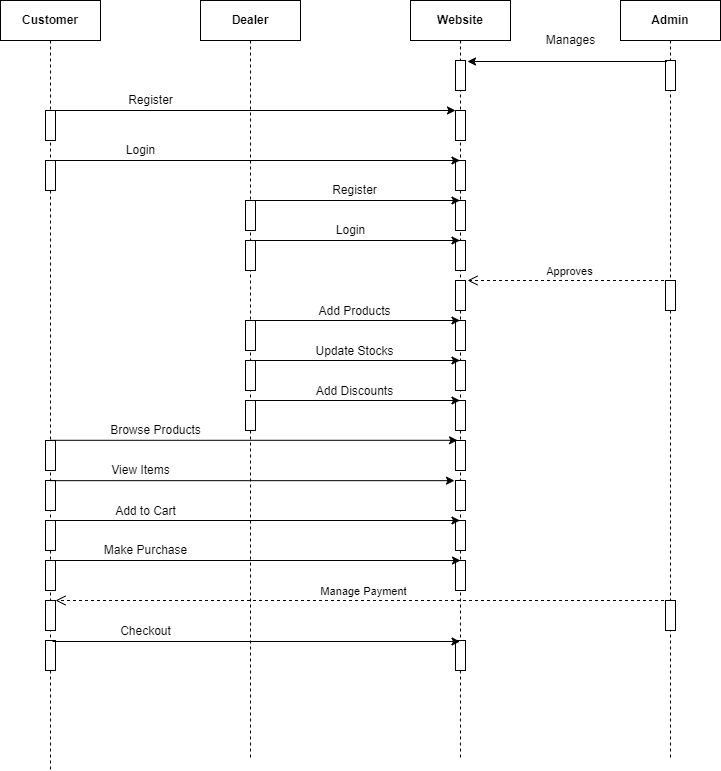
Earlier version of the draw.io export java-basics/03-12-2021/Online Shopping Portal/Sequential Diagram.drawio.png (MuniswamiKokila/UST-prograd-training). Source tidied: cells renumbered, new cells last; positions are measured from the earlier drawing's top-left corner, leaving out a move shared by most shapes. The source it was exported from:
```xml
<mxGraphModel>
  <root>
    <mxCell id="0" />
    <mxCell id="1" parent="0" />
    <mxCell id="2" value="&lt;b&gt;Customer&lt;/b&gt;" style="shape=umlLifeline;perimeter=lifelinePerimeter;whiteSpace=wrap;html=1;" parent="1" vertex="1">
      <mxGeometry width="100" height="770" as="geometry" />
    </mxCell>
    <mxCell id="3" style="html=1;perimeter=orthogonalPerimeter;" parent="2" vertex="1">
      <mxGeometry x="45" y="110" width="10" height="30" as="geometry" />
    </mxCell>
    <mxCell id="4" style="html=1;perimeter=orthogonalPerimeter;" parent="2" vertex="1">
      <mxGeometry x="45" y="160" width="10" height="30" as="geometry" />
    </mxCell>
    <mxCell id="5" style="html=1;perimeter=orthogonalPerimeter;" parent="2" vertex="1">
      <mxGeometry x="45" y="440" width="10" height="30" as="geometry" />
    </mxCell>
    <mxCell id="6" style="html=1;perimeter=orthogonalPerimeter;" parent="2" vertex="1">
      <mxGeometry x="45" y="480" width="10" height="30" as="geometry" />
    </mxCell>
    <mxCell id="7" style="html=1;perimeter=orthogonalPerimeter;" parent="2" vertex="1">
      <mxGeometry x="45" y="520" width="10" height="30" as="geometry" />
    </mxCell>
    <mxCell id="8" style="html=1;perimeter=orthogonalPerimeter;" parent="2" vertex="1">
      <mxGeometry x="45" y="560" width="10" height="30" as="geometry" />
    </mxCell>
    <mxCell id="9" style="html=1;perimeter=orthogonalPerimeter;" parent="2" vertex="1">
      <mxGeometry x="45" y="600" width="10" height="30" as="geometry" />
    </mxCell>
    <mxCell id="10" value="Manage Payment" style="html=1;verticalAlign=bottom;endArrow=open;dashed=1;endSize=8;rounded=0;" parent="2" edge="1" source="12">
      <mxGeometry relative="1" as="geometry">
        <mxPoint x="55" y="600" as="targetPoint" />
      </mxGeometry>
    </mxCell>
    <mxCell id="11" style="html=1;perimeter=orthogonalPerimeter;" parent="2" vertex="1">
      <mxGeometry x="45" y="640" width="10" height="30" as="geometry" />
    </mxCell>
    <mxCell id="12" value="&lt;b&gt;Admin&lt;/b&gt;" style="shape=umlLifeline;perimeter=lifelinePerimeter;whiteSpace=wrap;html=1;outlineConnect=0;" parent="1" vertex="1">
      <mxGeometry x="620" width="100" height="760" as="geometry" />
    </mxCell>
    <mxCell id="13" style="html=1;perimeter=orthogonalPerimeter;" parent="12" vertex="1">
      <mxGeometry x="45" y="60" width="10" height="30" as="geometry" />
    </mxCell>
    <mxCell id="14" style="html=1;perimeter=orthogonalPerimeter;" parent="12" vertex="1">
      <mxGeometry x="45" y="280" width="10" height="30" as="geometry" />
    </mxCell>
    <mxCell id="15" style="html=1;perimeter=orthogonalPerimeter;" parent="12" vertex="1">
      <mxGeometry x="45" y="600" width="10" height="30" as="geometry" />
    </mxCell>
    <mxCell id="16" value="&lt;b&gt;Dealer&lt;/b&gt;" style="shape=umlLifeline;perimeter=lifelinePerimeter;whiteSpace=wrap;html=1;" parent="1" vertex="1">
      <mxGeometry x="200" width="100" height="760" as="geometry" />
    </mxCell>
    <mxCell id="17" style="endArrow=classic;html=1;rounded=0;" parent="16" edge="1">
      <mxGeometry relative="1" as="geometry">
        <mxPoint x="-155" y="110" as="sourcePoint" />
        <mxPoint x="255" y="110" as="targetPoint" />
      </mxGeometry>
    </mxCell>
    <mxCell id="18" style="html=1;perimeter=orthogonalPerimeter;" parent="16" vertex="1">
      <mxGeometry x="45" y="200" width="10" height="30" as="geometry" />
    </mxCell>
    <mxCell id="19" style="html=1;perimeter=orthogonalPerimeter;" parent="16" vertex="1">
      <mxGeometry x="45" y="240" width="10" height="30" as="geometry" />
    </mxCell>
    <mxCell id="20" style="html=1;perimeter=orthogonalPerimeter;" parent="16" vertex="1">
      <mxGeometry x="45" y="320" width="10" height="30" as="geometry" />
    </mxCell>
    <mxCell id="21" style="html=1;perimeter=orthogonalPerimeter;" parent="16" vertex="1">
      <mxGeometry x="45" y="360" width="10" height="30" as="geometry" />
    </mxCell>
    <mxCell id="22" style="html=1;perimeter=orthogonalPerimeter;" parent="16" vertex="1">
      <mxGeometry x="45" y="400" width="10" height="30" as="geometry" />
    </mxCell>
    <mxCell id="23" value="&lt;b&gt;Website&lt;/b&gt;" style="shape=umlLifeline;perimeter=lifelinePerimeter;whiteSpace=wrap;html=1;outlineConnect=0;" parent="1" vertex="1">
      <mxGeometry x="410" width="100" height="760" as="geometry" />
    </mxCell>
    <mxCell id="24" style="html=1;perimeter=orthogonalPerimeter;" parent="23" vertex="1">
      <mxGeometry x="45" y="60" width="10" height="30" as="geometry" />
    </mxCell>
    <mxCell id="25" style="html=1;perimeter=orthogonalPerimeter;" parent="23" vertex="1">
      <mxGeometry x="45" y="110" width="10" height="30" as="geometry" />
    </mxCell>
    <mxCell id="26" style="html=1;perimeter=orthogonalPerimeter;" parent="23" vertex="1">
      <mxGeometry x="45" y="160" width="10" height="30" as="geometry" />
    </mxCell>
    <mxCell id="27" style="html=1;perimeter=orthogonalPerimeter;" parent="23" vertex="1">
      <mxGeometry x="45" y="200" width="10" height="30" as="geometry" />
    </mxCell>
    <mxCell id="28" style="html=1;perimeter=orthogonalPerimeter;" parent="23" vertex="1">
      <mxGeometry x="45" y="240" width="10" height="30" as="geometry" />
    </mxCell>
    <mxCell id="29" style="html=1;perimeter=orthogonalPerimeter;" parent="23" vertex="1">
      <mxGeometry x="45" y="280" width="10" height="30" as="geometry" />
    </mxCell>
    <mxCell id="30" style="html=1;perimeter=orthogonalPerimeter;" parent="23" vertex="1">
      <mxGeometry x="45" y="320" width="10" height="30" as="geometry" />
    </mxCell>
    <mxCell id="31" style="html=1;perimeter=orthogonalPerimeter;" parent="23" vertex="1">
      <mxGeometry x="45" y="360" width="10" height="30" as="geometry" />
    </mxCell>
    <mxCell id="32" style="html=1;perimeter=orthogonalPerimeter;" parent="23" vertex="1">
      <mxGeometry x="45" y="400" width="10" height="30" as="geometry" />
    </mxCell>
    <mxCell id="33" style="html=1;perimeter=orthogonalPerimeter;" parent="23" vertex="1">
      <mxGeometry x="45" y="440" width="10" height="30" as="geometry" />
    </mxCell>
    <mxCell id="34" style="html=1;perimeter=orthogonalPerimeter;" parent="23" vertex="1">
      <mxGeometry x="45" y="480" width="10" height="30" as="geometry" />
    </mxCell>
    <mxCell id="35" style="html=1;perimeter=orthogonalPerimeter;" parent="23" vertex="1">
      <mxGeometry x="45" y="520" width="10" height="30" as="geometry" />
    </mxCell>
    <mxCell id="36" style="html=1;perimeter=orthogonalPerimeter;" parent="23" vertex="1">
      <mxGeometry x="45" y="560" width="10" height="30" as="geometry" />
    </mxCell>
    <mxCell id="37" style="html=1;perimeter=orthogonalPerimeter;" parent="23" vertex="1">
      <mxGeometry x="45" y="640" width="10" height="30" as="geometry" />
    </mxCell>
    <mxCell id="38" style="endArrow=classic;html=1;rounded=0;" parent="1" edge="1">
      <mxGeometry relative="1" as="geometry">
        <mxPoint x="666.5" y="61" as="sourcePoint" />
        <mxPoint x="467" y="61" as="targetPoint" />
      </mxGeometry>
    </mxCell>
    <mxCell id="39" style="endArrow=classic;html=1;rounded=0;" parent="1" edge="1" target="23">
      <mxGeometry relative="1" as="geometry">
        <mxPoint x="49.5" y="160" as="sourcePoint" />
      </mxGeometry>
    </mxCell>
    <mxCell id="40" value="Manages" style="text;html=1;align=center;verticalAlign=middle;fillColor=none;strokeColor=none;rounded=0;" parent="1" vertex="1">
      <mxGeometry x="540" y="30" width="60" height="20" as="geometry" />
    </mxCell>
    <mxCell id="41" value="Register" style="text;html=1;align=center;verticalAlign=middle;fillColor=none;strokeColor=none;rounded=0;" parent="1" vertex="1">
      <mxGeometry x="120" y="90" width="60" height="20" as="geometry" />
    </mxCell>
    <mxCell id="42" value="Login" style="text;html=1;align=center;verticalAlign=middle;fillColor=none;strokeColor=none;rounded=0;" parent="1" vertex="1">
      <mxGeometry x="120" y="140" width="40" height="20" as="geometry" />
    </mxCell>
    <mxCell id="43" style="endArrow=classic;html=1;rounded=0;" parent="1" edge="1">
      <mxGeometry relative="1" as="geometry">
        <mxPoint x="249.5" y="200" as="sourcePoint" />
        <mxPoint x="459.5" y="200" as="targetPoint" />
      </mxGeometry>
    </mxCell>
    <mxCell id="44" value="Register" style="text;html=1;align=center;verticalAlign=middle;fillColor=none;strokeColor=none;rounded=0;" parent="1" vertex="1">
      <mxGeometry x="323.5" y="180" width="60" height="20" as="geometry" />
    </mxCell>
    <mxCell id="45" style="endArrow=classic;html=1;rounded=0;" parent="1" edge="1">
      <mxGeometry relative="1" as="geometry">
        <mxPoint x="249.5" y="240" as="sourcePoint" />
        <mxPoint x="459.5" y="240" as="targetPoint" />
      </mxGeometry>
    </mxCell>
    <mxCell id="46" value="Login" style="text;html=1;align=center;verticalAlign=middle;fillColor=none;strokeColor=none;rounded=0;" parent="1" vertex="1">
      <mxGeometry x="330" y="220" width="40" height="20" as="geometry" />
    </mxCell>
    <mxCell id="47" value="Approves" style="html=1;verticalAlign=bottom;endArrow=open;dashed=1;endSize=8;rounded=0;" parent="1" edge="1" source="12">
      <mxGeometry relative="1" as="geometry">
        <mxPoint x="467" y="280" as="targetPoint" />
      </mxGeometry>
    </mxCell>
    <mxCell id="48" style="endArrow=classic;html=1;rounded=0;" parent="1" edge="1">
      <mxGeometry relative="1" as="geometry">
        <mxPoint x="249.5" y="320" as="sourcePoint" />
        <mxPoint x="459.5" y="320" as="targetPoint" />
      </mxGeometry>
    </mxCell>
    <mxCell id="49" value="Add Products" style="text;html=1;align=center;verticalAlign=middle;fillColor=none;strokeColor=none;rounded=0;" parent="1" vertex="1">
      <mxGeometry x="308.5" y="301" width="90" height="20" as="geometry" />
    </mxCell>
    <mxCell id="50" style="endArrow=classic;html=1;rounded=0;" parent="1" edge="1">
      <mxGeometry relative="1" as="geometry">
        <mxPoint x="249.5" y="360" as="sourcePoint" />
        <mxPoint x="459.5" y="360" as="targetPoint" />
      </mxGeometry>
    </mxCell>
    <mxCell id="51" value="Update Stocks" style="text;html=1;align=center;verticalAlign=middle;fillColor=none;strokeColor=none;rounded=0;" parent="1" vertex="1">
      <mxGeometry x="309" y="341" width="90" height="20" as="geometry" />
    </mxCell>
    <mxCell id="52" style="endArrow=classic;html=1;rounded=0;" parent="1" edge="1">
      <mxGeometry relative="1" as="geometry">
        <mxPoint x="249.5" y="400" as="sourcePoint" />
        <mxPoint x="459.5" y="400" as="targetPoint" />
      </mxGeometry>
    </mxCell>
    <mxCell id="53" value="Add Discounts" style="text;html=1;align=center;verticalAlign=middle;fillColor=none;strokeColor=none;rounded=0;" parent="1" vertex="1">
      <mxGeometry x="309" y="381" width="90" height="20" as="geometry" />
    </mxCell>
    <mxCell id="54" style="endArrow=classic;html=1;rounded=0;entryX=0.47;entryY=0.655;entryDx=0;entryDy=0;entryPerimeter=0;" parent="1" edge="1">
      <mxGeometry relative="1" as="geometry">
        <mxPoint x="49.5" y="439.8" as="sourcePoint" />
        <mxPoint x="457" y="439.8" as="targetPoint" />
      </mxGeometry>
    </mxCell>
    <mxCell id="55" value="Browse Products" style="text;html=1;align=center;verticalAlign=middle;fillColor=none;strokeColor=none;rounded=0;" parent="1" vertex="1">
      <mxGeometry x="100" y="420" width="110" height="20" as="geometry" />
    </mxCell>
    <mxCell id="56" style="endArrow=classic;html=1;rounded=0;entryX=0.44;entryY=0.666;entryDx=0;entryDy=0;entryPerimeter=0;" parent="1" edge="1">
      <mxGeometry relative="1" as="geometry">
        <mxPoint x="49.5" y="480.2" as="sourcePoint" />
        <mxPoint x="454" y="480.2" as="targetPoint" />
      </mxGeometry>
    </mxCell>
    <mxCell id="57" value="View Items" style="text;html=1;align=center;verticalAlign=middle;fillColor=none;strokeColor=none;rounded=0;" parent="1" vertex="1">
      <mxGeometry x="105" y="460" width="70" height="20" as="geometry" />
    </mxCell>
    <mxCell id="58" style="endArrow=classic;html=1;rounded=0;" parent="1" edge="1">
      <mxGeometry relative="1" as="geometry">
        <mxPoint x="49.5" y="520" as="sourcePoint" />
        <mxPoint x="459.5" y="520" as="targetPoint" />
      </mxGeometry>
    </mxCell>
    <mxCell id="59" value="Add to Cart" style="text;html=1;align=center;verticalAlign=middle;fillColor=none;strokeColor=none;rounded=0;" parent="1" vertex="1">
      <mxGeometry x="105" y="501" width="80" height="20" as="geometry" />
    </mxCell>
    <mxCell id="60" style="endArrow=classic;html=1;rounded=0;" parent="1" edge="1">
      <mxGeometry relative="1" as="geometry">
        <mxPoint x="49.5" y="560" as="sourcePoint" />
        <mxPoint x="460" y="560" as="targetPoint" />
      </mxGeometry>
    </mxCell>
    <mxCell id="61" value="Make Purchase" style="text;html=1;align=center;verticalAlign=middle;fillColor=none;strokeColor=none;rounded=0;" parent="1" vertex="1">
      <mxGeometry x="95" y="540" width="100" height="20" as="geometry" />
    </mxCell>
    <mxCell id="62" style="endArrow=classic;html=1;rounded=0;" parent="1" edge="1" target="23">
      <mxGeometry relative="1" as="geometry">
        <mxPoint x="52" y="641" as="sourcePoint" />
      </mxGeometry>
    </mxCell>
    <mxCell id="63" value="Checkout" style="text;html=1;align=center;verticalAlign=middle;fillColor=none;strokeColor=none;rounded=0;" parent="1" vertex="1">
      <mxGeometry x="110" y="621" width="70" height="20" as="geometry" />
    </mxCell>
  </root>
</mxGraphModel>
```
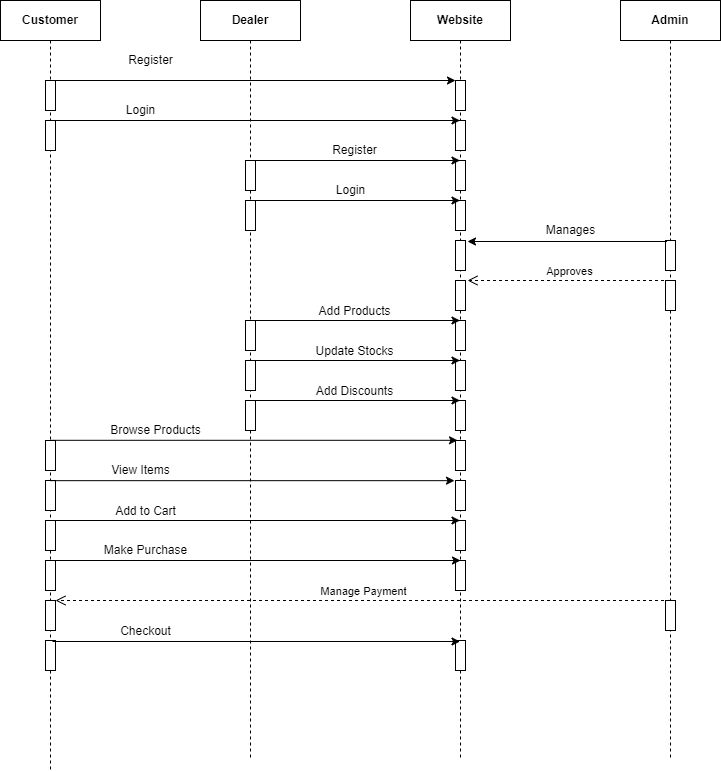
After the commit.

Diff of the diagram source:
```diff
@@ -6,10 +6,10 @@
       <mxGeometry width="100" height="770" as="geometry" />
     </mxCell>
     <mxCell id="3" style="html=1;perimeter=orthogonalPerimeter;" parent="2" vertex="1">
-      <mxGeometry x="45" y="110" width="10" height="30" as="geometry" />
+      <mxGeometry x="45" y="80" width="10" height="30" as="geometry" />
     </mxCell>
     <mxCell id="4" style="html=1;perimeter=orthogonalPerimeter;" parent="2" vertex="1">
-      <mxGeometry x="45" y="160" width="10" height="30" as="geometry" />
+      <mxGeometry x="45" y="120" width="10" height="30" as="geometry" />
     </mxCell>
     <mxCell id="5" style="html=1;perimeter=orthogonalPerimeter;" parent="2" vertex="1">
       <mxGeometry x="45" y="440" width="10" height="30" as="geometry" />
@@ -37,9 +37,6 @@
     <mxCell id="12" value="&lt;b&gt;Admin&lt;/b&gt;" style="shape=umlLifeline;perimeter=lifelinePerimeter;whiteSpace=wrap;html=1;outlineConnect=0;" parent="1" vertex="1">
       <mxGeometry x="620" width="100" height="760" as="geometry" />
     </mxCell>
-    <mxCell id="13" style="html=1;perimeter=orthogonalPerimeter;" parent="12" vertex="1">
-      <mxGeometry x="45" y="60" width="10" height="30" as="geometry" />
-    </mxCell>
     <mxCell id="14" style="html=1;perimeter=orthogonalPerimeter;" parent="12" vertex="1">
       <mxGeometry x="45" y="280" width="10" height="30" as="geometry" />
     </mxCell>
@@ -51,15 +48,15 @@
     </mxCell>
     <mxCell id="17" style="endArrow=classic;html=1;rounded=0;" parent="16" edge="1">
       <mxGeometry relative="1" as="geometry">
-        <mxPoint x="-155" y="110" as="sourcePoint" />
-        <mxPoint x="255" y="110" as="targetPoint" />
+        <mxPoint x="-155" y="80" as="sourcePoint" />
+        <mxPoint x="255" y="80" as="targetPoint" />
       </mxGeometry>
     </mxCell>
     <mxCell id="18" style="html=1;perimeter=orthogonalPerimeter;" parent="16" vertex="1">
-      <mxGeometry x="45" y="200" width="10" height="30" as="geometry" />
+      <mxGeometry x="45" y="160" width="10" height="30" as="geometry" />
     </mxCell>
     <mxCell id="19" style="html=1;perimeter=orthogonalPerimeter;" parent="16" vertex="1">
-      <mxGeometry x="45" y="240" width="10" height="30" as="geometry" />
+      <mxGeometry x="45" y="200" width="10" height="30" as="geometry" />
     </mxCell>
     <mxCell id="20" style="html=1;perimeter=orthogonalPerimeter;" parent="16" vertex="1">
       <mxGeometry x="45" y="320" width="10" height="30" as="geometry" />
@@ -73,20 +70,17 @@
     <mxCell id="23" value="&lt;b&gt;Website&lt;/b&gt;" style="shape=umlLifeline;perimeter=lifelinePerimeter;whiteSpace=wrap;html=1;outlineConnect=0;" parent="1" vertex="1">
       <mxGeometry x="410" width="100" height="760" as="geometry" />
     </mxCell>
-    <mxCell id="24" style="html=1;perimeter=orthogonalPerimeter;" parent="23" vertex="1">
-      <mxGeometry x="45" y="60" width="10" height="30" as="geometry" />
-    </mxCell>
     <mxCell id="25" style="html=1;perimeter=orthogonalPerimeter;" parent="23" vertex="1">
-      <mxGeometry x="45" y="110" width="10" height="30" as="geometry" />
+      <mxGeometry x="45" y="80" width="10" height="30" as="geometry" />
     </mxCell>
     <mxCell id="26" style="html=1;perimeter=orthogonalPerimeter;" parent="23" vertex="1">
-      <mxGeometry x="45" y="160" width="10" height="30" as="geometry" />
+      <mxGeometry x="45" y="120" width="10" height="30" as="geometry" />
     </mxCell>
     <mxCell id="27" style="html=1;perimeter=orthogonalPerimeter;" parent="23" vertex="1">
-      <mxGeometry x="45" y="200" width="10" height="30" as="geometry" />
+      <mxGeometry x="45" y="160" width="10" height="30" as="geometry" />
     </mxCell>
     <mxCell id="28" style="html=1;perimeter=orthogonalPerimeter;" parent="23" vertex="1">
-      <mxGeometry x="45" y="240" width="10" height="30" as="geometry" />
+      <mxGeometry x="45" y="200" width="10" height="30" as="geometry" />
     </mxCell>
     <mxCell id="29" style="html=1;perimeter=orthogonalPerimeter;" parent="23" vertex="1">
       <mxGeometry x="45" y="280" width="10" height="30" as="geometry" />
@@ -115,43 +109,35 @@
     <mxCell id="37" style="html=1;perimeter=orthogonalPerimeter;" parent="23" vertex="1">
       <mxGeometry x="45" y="640" width="10" height="30" as="geometry" />
     </mxCell>
-    <mxCell id="38" style="endArrow=classic;html=1;rounded=0;" parent="1" edge="1">
-      <mxGeometry relative="1" as="geometry">
-        <mxPoint x="666.5" y="61" as="sourcePoint" />
-        <mxPoint x="467" y="61" as="targetPoint" />
-      </mxGeometry>
-    </mxCell>
-    <mxCell id="39" style="endArrow=classic;html=1;rounded=0;" parent="1" edge="1" target="23">
+    <mxCell id="39" style="endArrow=classic;html=1;rounded=0;" parent="1" edge="1">
       <mxGeometry relative="1" as="geometry">
-        <mxPoint x="49.5" y="160" as="sourcePoint" />
+        <mxPoint x="49.5" y="120" as="sourcePoint" />
+        <mxPoint x="459.5" y="120" as="targetPoint" />
       </mxGeometry>
     </mxCell>
-    <mxCell id="40" value="Manages" style="text;html=1;align=center;verticalAlign=middle;fillColor=none;strokeColor=none;rounded=0;" parent="1" vertex="1">
-      <mxGeometry x="540" y="30" width="60" height="20" as="geometry" />
-    </mxCell>
     <mxCell id="41" value="Register" style="text;html=1;align=center;verticalAlign=middle;fillColor=none;strokeColor=none;rounded=0;" parent="1" vertex="1">
-      <mxGeometry x="120" y="90" width="60" height="20" as="geometry" />
+      <mxGeometry x="120" y="50" width="60" height="20" as="geometry" />
     </mxCell>
     <mxCell id="42" value="Login" style="text;html=1;align=center;verticalAlign=middle;fillColor=none;strokeColor=none;rounded=0;" parent="1" vertex="1">
-      <mxGeometry x="120" y="140" width="40" height="20" as="geometry" />
+      <mxGeometry x="120" y="100" width="40" height="20" as="geometry" />
     </mxCell>
     <mxCell id="43" style="endArrow=classic;html=1;rounded=0;" parent="1" edge="1">
       <mxGeometry relative="1" as="geometry">
-        <mxPoint x="249.5" y="200" as="sourcePoint" />
-        <mxPoint x="459.5" y="200" as="targetPoint" />
+        <mxPoint x="249.5" y="160" as="sourcePoint" />
+        <mxPoint x="459.5" y="160" as="targetPoint" />
       </mxGeometry>
     </mxCell>
     <mxCell id="44" value="Register" style="text;html=1;align=center;verticalAlign=middle;fillColor=none;strokeColor=none;rounded=0;" parent="1" vertex="1">
-      <mxGeometry x="323.5" y="180" width="60" height="20" as="geometry" />
+      <mxGeometry x="323.5" y="140" width="60" height="20" as="geometry" />
     </mxCell>
     <mxCell id="45" style="endArrow=classic;html=1;rounded=0;" parent="1" edge="1">
       <mxGeometry relative="1" as="geometry">
-        <mxPoint x="249.5" y="240" as="sourcePoint" />
-        <mxPoint x="459.5" y="240" as="targetPoint" />
+        <mxPoint x="249.5" y="200" as="sourcePoint" />
+        <mxPoint x="459.5" y="200" as="targetPoint" />
       </mxGeometry>
     </mxCell>
     <mxCell id="46" value="Login" style="text;html=1;align=center;verticalAlign=middle;fillColor=none;strokeColor=none;rounded=0;" parent="1" vertex="1">
-      <mxGeometry x="330" y="220" width="40" height="20" as="geometry" />
+      <mxGeometry x="330" y="180" width="40" height="20" as="geometry" />
     </mxCell>
     <mxCell id="47" value="Approves" style="html=1;verticalAlign=bottom;endArrow=open;dashed=1;endSize=8;rounded=0;" parent="1" edge="1" source="12">
       <mxGeometry relative="1" as="geometry">
@@ -229,5 +215,20 @@
     <mxCell id="63" value="Checkout" style="text;html=1;align=center;verticalAlign=middle;fillColor=none;strokeColor=none;rounded=0;" parent="1" vertex="1">
       <mxGeometry x="110" y="621" width="70" height="20" as="geometry" />
     </mxCell>
+    <mxCell id="64" style="html=1;perimeter=orthogonalPerimeter;" parent="1" vertex="1">
+      <mxGeometry x="665" y="240" width="10" height="30" as="geometry" />
+    </mxCell>
+    <mxCell id="65" style="html=1;perimeter=orthogonalPerimeter;" parent="1" vertex="1">
+      <mxGeometry x="455" y="240" width="10" height="30" as="geometry" />
+    </mxCell>
+    <mxCell id="66" style="endArrow=classic;html=1;rounded=0;" parent="1" edge="1">
+      <mxGeometry relative="1" as="geometry">
+        <mxPoint x="666.5" y="241" as="sourcePoint" />
+        <mxPoint x="467" y="241" as="targetPoint" />
+      </mxGeometry>
+    </mxCell>
+    <mxCell id="40" value="Manages" style="text;html=1;align=center;verticalAlign=middle;fillColor=none;strokeColor=none;rounded=0;" parent="1" vertex="1">
+      <mxGeometry x="540" y="220" width="60" height="20" as="geometry" />
+    </mxCell>
   </root>
 </mxGraphModel>
```
